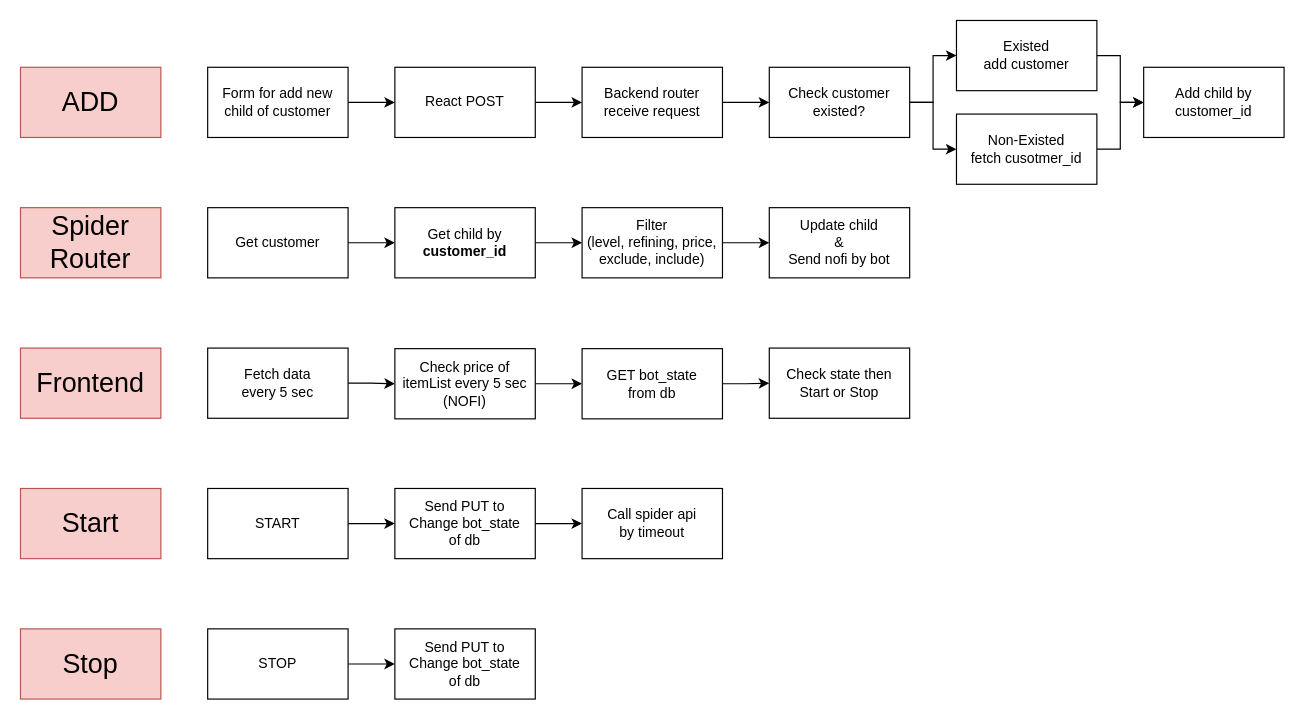
Earlier version of the draw.io diagram flow.drawio (neat1144/ro-price-bot). Source tidied: cells renumbered, new cells numbered last; positions are measured from the earlier drawing's top-left corner, leaving out a move shared by most shapes. Both pictures are drawn from the tidied source at 117%, with x=0, y=0 at pixel (20, 20).
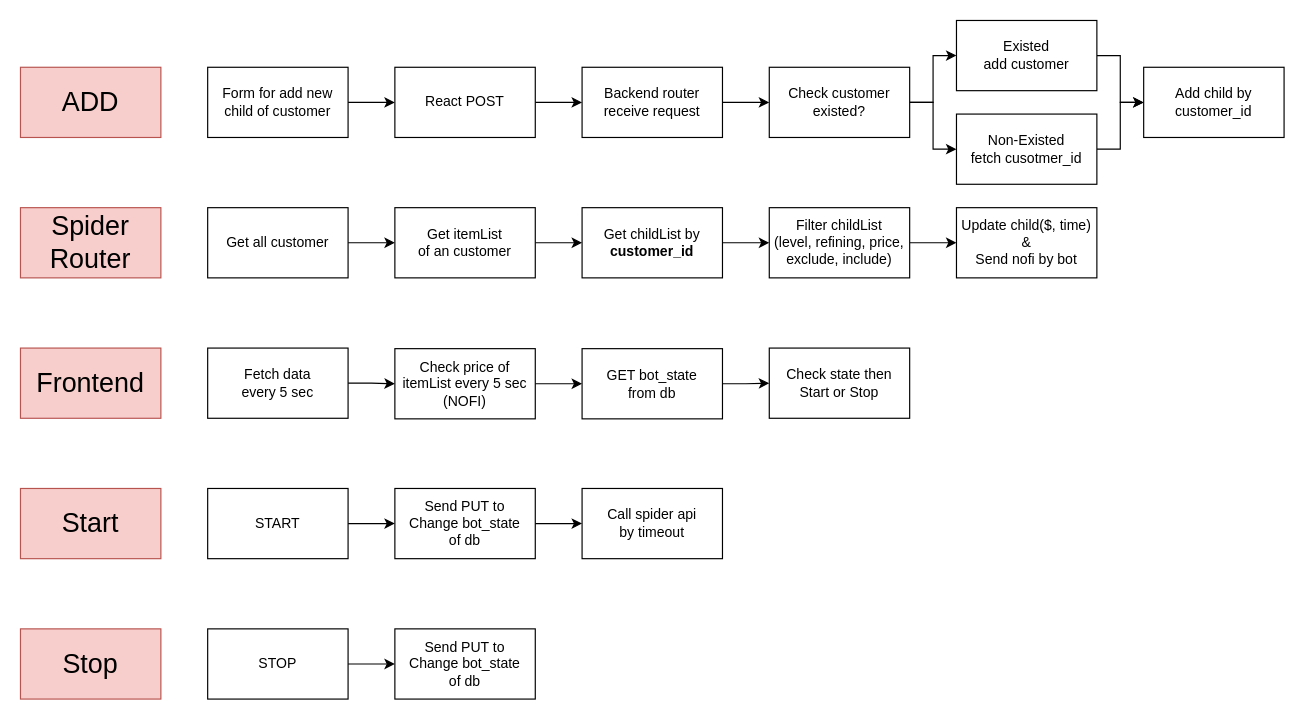
Above is the later version.

The edit, as a diff of the source:
```diff
@@
-    <mxCell id="12" style="edgeStyle=none;html=1;fontSize=12;" parent="1" edge="1" source="13" target="17">
-      <mxGeometry relative="1" as="geometry" />
-    </mxCell>
+    <mxCell id="43" style="edgeStyle=none;html=1;" parent="1" edge="1" source="13" target="45">
+      <mxGeometry relative="1" as="geometry" />
+    </mxCell>
-    <mxCell id="13" value="Get customer" style="rounded=0;whiteSpace=wrap;html=1;fontSize=12;" parent="1" vertex="1">
+    <mxCell id="13" value="Get all customer" style="rounded=0;whiteSpace=wrap;html=1;fontSize=12;" parent="1" vertex="1">
       <mxGeometry x="160" y="160" width="120" height="60" as="geometry" />
     </mxCell>
@@
-    <mxCell id="15" value="Filter&lt;br&gt;(level, refining, price, exclude, include)" style="rounded=0;whiteSpace=wrap;html=1;fontSize=12;" parent="1" vertex="1">
-      <mxGeometry x="480" y="160" width="120" height="60" as="geometry" />
+    <mxCell id="15" value="Filter childList&lt;br&gt;(level, refining, price, exclude, include)" style="rounded=0;whiteSpace=wrap;html=1;fontSize=12;" parent="1" vertex="1">
+      <mxGeometry x="640" y="160" width="120" height="60" as="geometry" />
     </mxCell>
@@
-    <mxCell id="17" value="Get child by&lt;br&gt;&lt;b&gt;customer_id&lt;/b&gt;" style="rounded=0;whiteSpace=wrap;html=1;fontSize=12;" parent="1" vertex="1">
-      <mxGeometry x="320" y="160" width="120" height="60" as="geometry" />
+    <mxCell id="17" value="Get childList by&lt;br&gt;&lt;b&gt;customer_id&lt;/b&gt;" style="rounded=0;whiteSpace=wrap;html=1;fontSize=12;" parent="1" vertex="1">
+      <mxGeometry x="480" y="160" width="120" height="60" as="geometry" />
     </mxCell>
-    <mxCell id="18" value="Update child&lt;br&gt;&amp;amp;&lt;br&gt;Send nofi by bot" style="rounded=0;whiteSpace=wrap;html=1;fontSize=12;" parent="1" vertex="1">
-      <mxGeometry x="640" y="160" width="120" height="60" as="geometry" />
+    <mxCell id="18" value="Update child($, time)&lt;br&gt;&amp;amp;&lt;br&gt;Send nofi by bot" style="rounded=0;whiteSpace=wrap;html=1;fontSize=12;" parent="1" vertex="1">
+      <mxGeometry x="800" y="160" width="120" height="60" as="geometry" />
     </mxCell>
@@
+    <mxCell id="44" style="edgeStyle=none;html=1;" parent="1" edge="1" source="45" target="17">
+      <mxGeometry relative="1" as="geometry" />
+    </mxCell>
+    <mxCell id="45" value="Get itemList&lt;br&gt;of an customer" style="rounded=0;whiteSpace=wrap;html=1;" parent="1" vertex="1">
+      <mxGeometry x="320" y="160" width="120" height="60" as="geometry" />
+    </mxCell>
```
